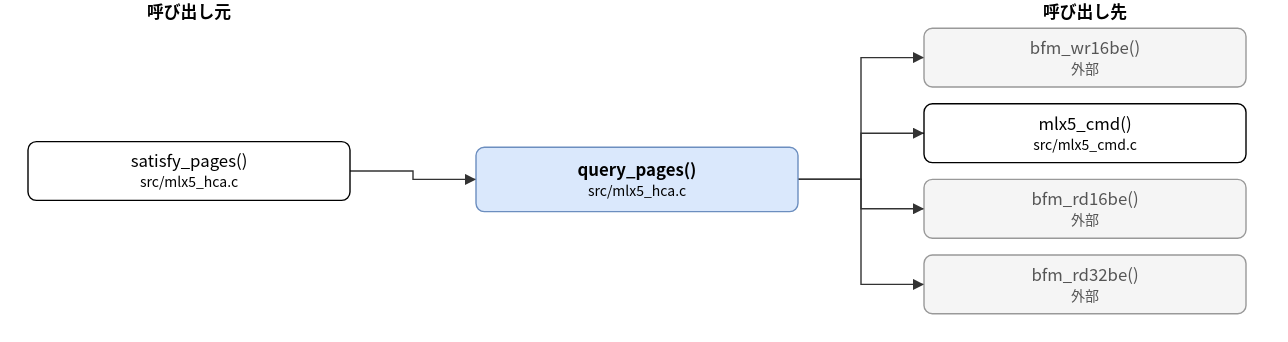
The draw.io diagram doc/spec/images/call_src_mlx5_hca-query_pages.drawio.svg in hf355051012-ai/bfmem, before a commit. Source tidied: cells renumbered, new cells last; positions are measured from the earlier drawing's top-left corner, leaving out a move shared by most shapes.
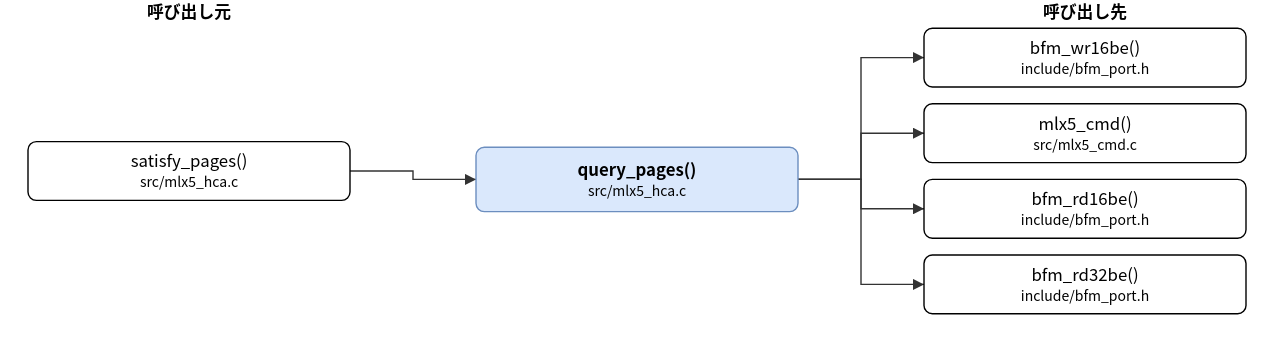
Above is the later version.

The edit, as a diff of the source:
```diff
@@ -8,16 +8,16 @@
     <mxCell id="3" value="satisfy_pages()&lt;br&gt;&lt;font style=&quot;font-size:10px&quot;&gt;src/mlx5_hca.c&lt;/font&gt;" style="rounded=1;whiteSpace=wrap;html=1;" parent="1" vertex="1">
       <mxGeometry y="101" width="230" height="42" as="geometry" />
     </mxCell>
-    <mxCell id="4" value="bfm_wr16be()&lt;br&gt;&lt;font style=&quot;font-size:10px&quot;&gt;外部&lt;/font&gt;" style="rounded=1;whiteSpace=wrap;html=1;fillColor=#f5f5f5;strokeColor=#999999;fontColor=#555555;" parent="1" vertex="1">
+    <mxCell id="4" value="bfm_wr16be()&lt;br&gt;&lt;font style=&quot;font-size:10px&quot;&gt;include/bfm_port.h&lt;/font&gt;" style="rounded=1;whiteSpace=wrap;html=1;" parent="1" vertex="1">
       <mxGeometry x="640" y="20" width="230" height="42" as="geometry" />
     </mxCell>
     <mxCell id="5" value="mlx5_cmd()&lt;br&gt;&lt;font style=&quot;font-size:10px&quot;&gt;src/mlx5_cmd.c&lt;/font&gt;" style="rounded=1;whiteSpace=wrap;html=1;" parent="1" vertex="1">
       <mxGeometry x="640" y="74" width="230" height="42" as="geometry" />
     </mxCell>
-    <mxCell id="6" value="bfm_rd16be()&lt;br&gt;&lt;font style=&quot;font-size:10px&quot;&gt;外部&lt;/font&gt;" style="rounded=1;whiteSpace=wrap;html=1;fillColor=#f5f5f5;strokeColor=#999999;fontColor=#555555;" parent="1" vertex="1">
+    <mxCell id="6" value="bfm_rd16be()&lt;br&gt;&lt;font style=&quot;font-size:10px&quot;&gt;include/bfm_port.h&lt;/font&gt;" style="rounded=1;whiteSpace=wrap;html=1;" parent="1" vertex="1">
       <mxGeometry x="640" y="128" width="230" height="42" as="geometry" />
     </mxCell>
-    <mxCell id="7" value="bfm_rd32be()&lt;br&gt;&lt;font style=&quot;font-size:10px&quot;&gt;外部&lt;/font&gt;" style="rounded=1;whiteSpace=wrap;html=1;fillColor=#f5f5f5;strokeColor=#999999;fontColor=#555555;" parent="1" vertex="1">
+    <mxCell id="7" value="bfm_rd32be()&lt;br&gt;&lt;font style=&quot;font-size:10px&quot;&gt;include/bfm_port.h&lt;/font&gt;" style="rounded=1;whiteSpace=wrap;html=1;" parent="1" vertex="1">
       <mxGeometry x="640" y="182" width="230" height="42" as="geometry" />
     </mxCell>
     <mxCell id="8" style="edgeStyle=none;html=1;rounded=0;endArrow=block;endFill=1;exitX=1.0000;exitY=0.5000;exitDx=0;exitDy=0;exitPerimeter=0;entryX=0.0000;entryY=0.5000;entryDx=0;entryDy=0;entryPerimeter=0;" parent="1" edge="1" source="3" target="2">
```
